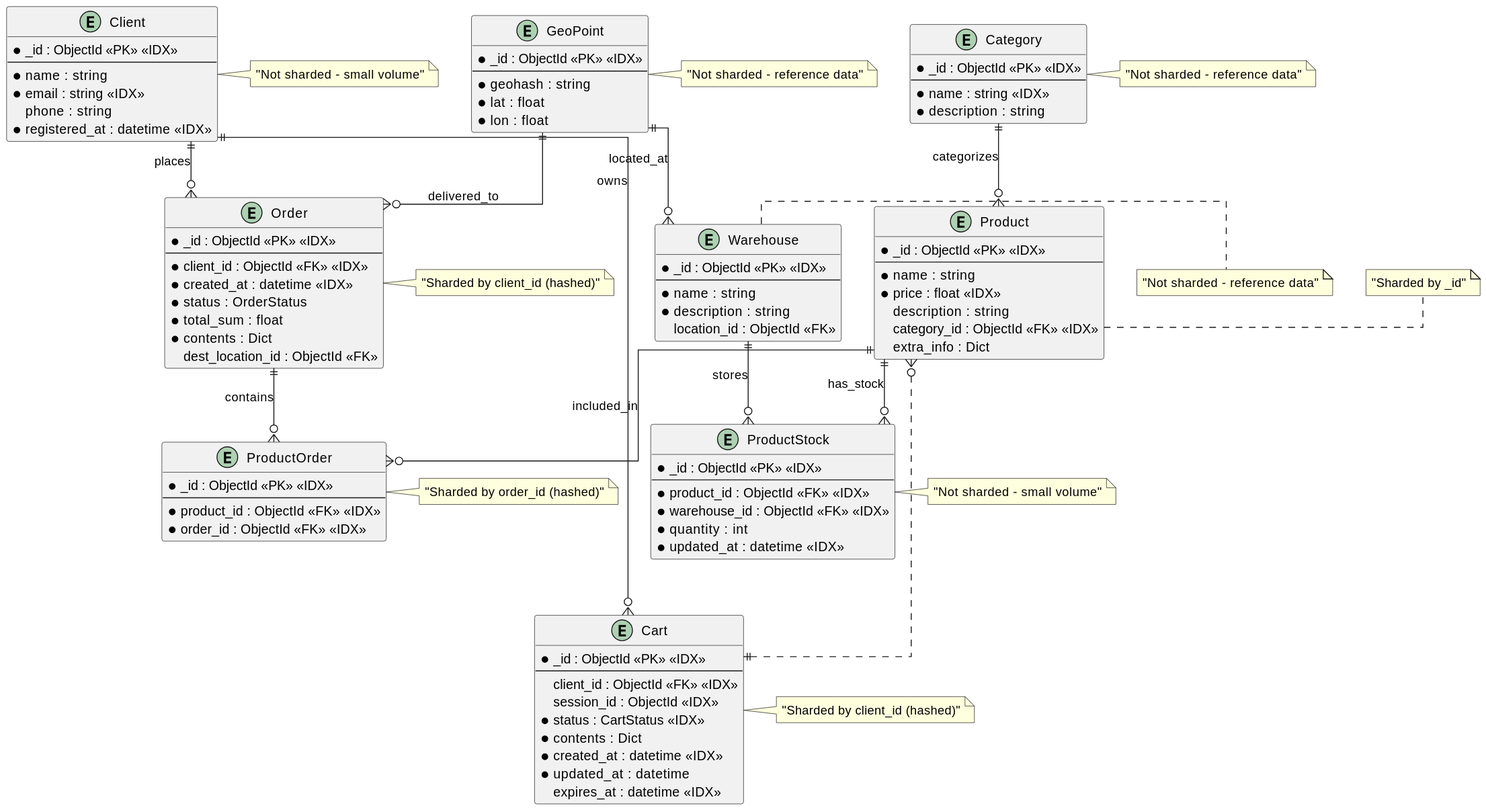
Before: task_7_data_collections/data_models_er_diagram.svg, a diagram exported from PlantUML (Felix-neko/architecture-pro-black_friday). Its source is kept beside it as task_7_data_collections/data_models_er_diagram.puml.
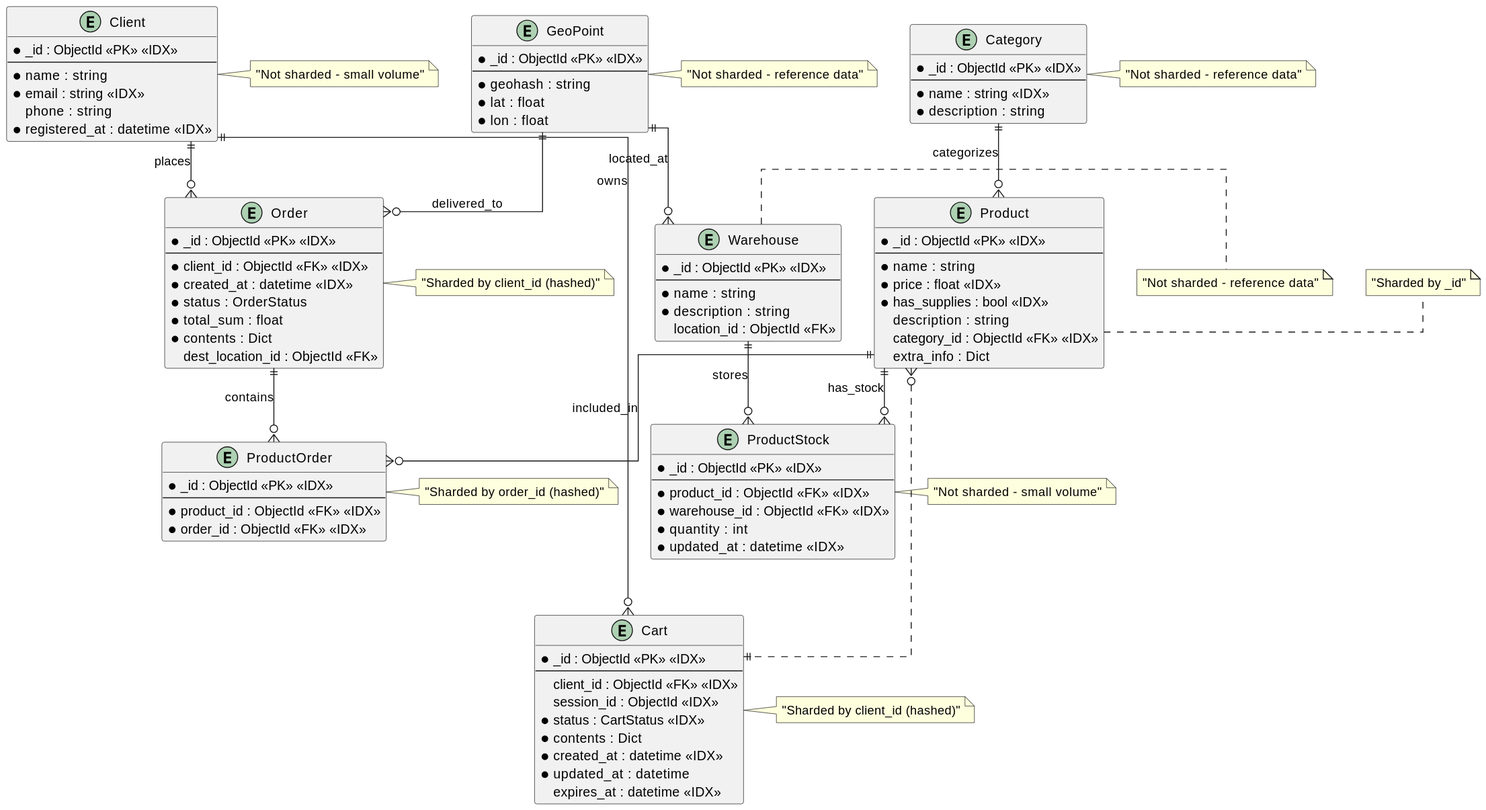
After the commit.

Diff of the diagram source:
```diff
@@ -38,6 +38,7 @@
   --
   * name : string
   * price : float <<IDX>>
+  * has_supplies : bool <<IDX>>
   description : string
   category_id : ObjectId <<FK>> <<IDX>>
   extra_info : Dict
```
